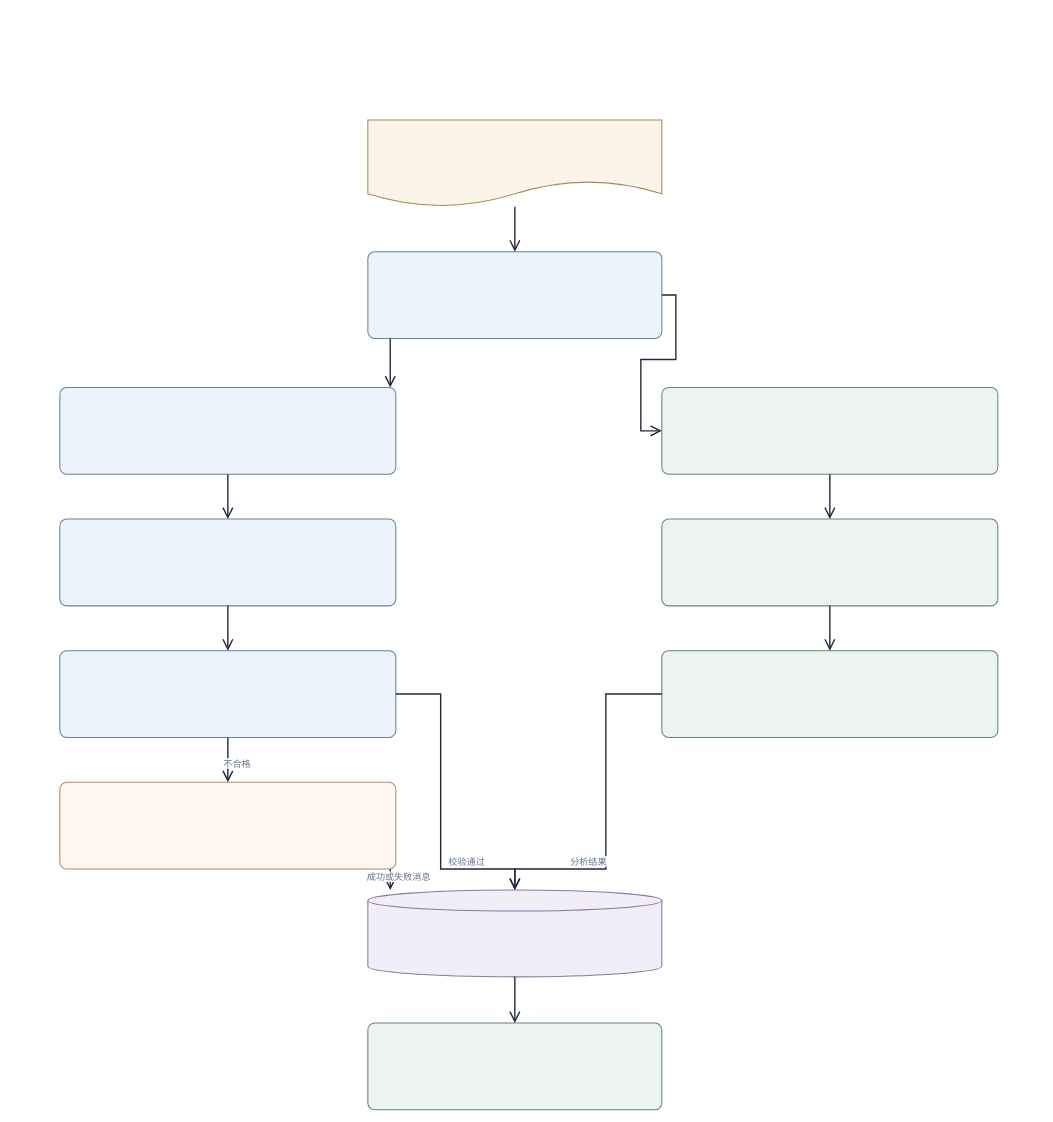
Before: page "01 NLP 在线分析流程" (1 of 3) of ear-review/docs/架构图/NLP核心功能与双模型流程.drawio in Tindra-Wang/ear-review, a draw.io diagram. Source tidied: cells renumbered, new cells numbered last; positions are measured from the earlier drawing's top-left corner, leaving out a move shared by most shapes. Both pictures are drawn from the tidied source at 70%, with x=0, y=0 at pixel (12, 12).
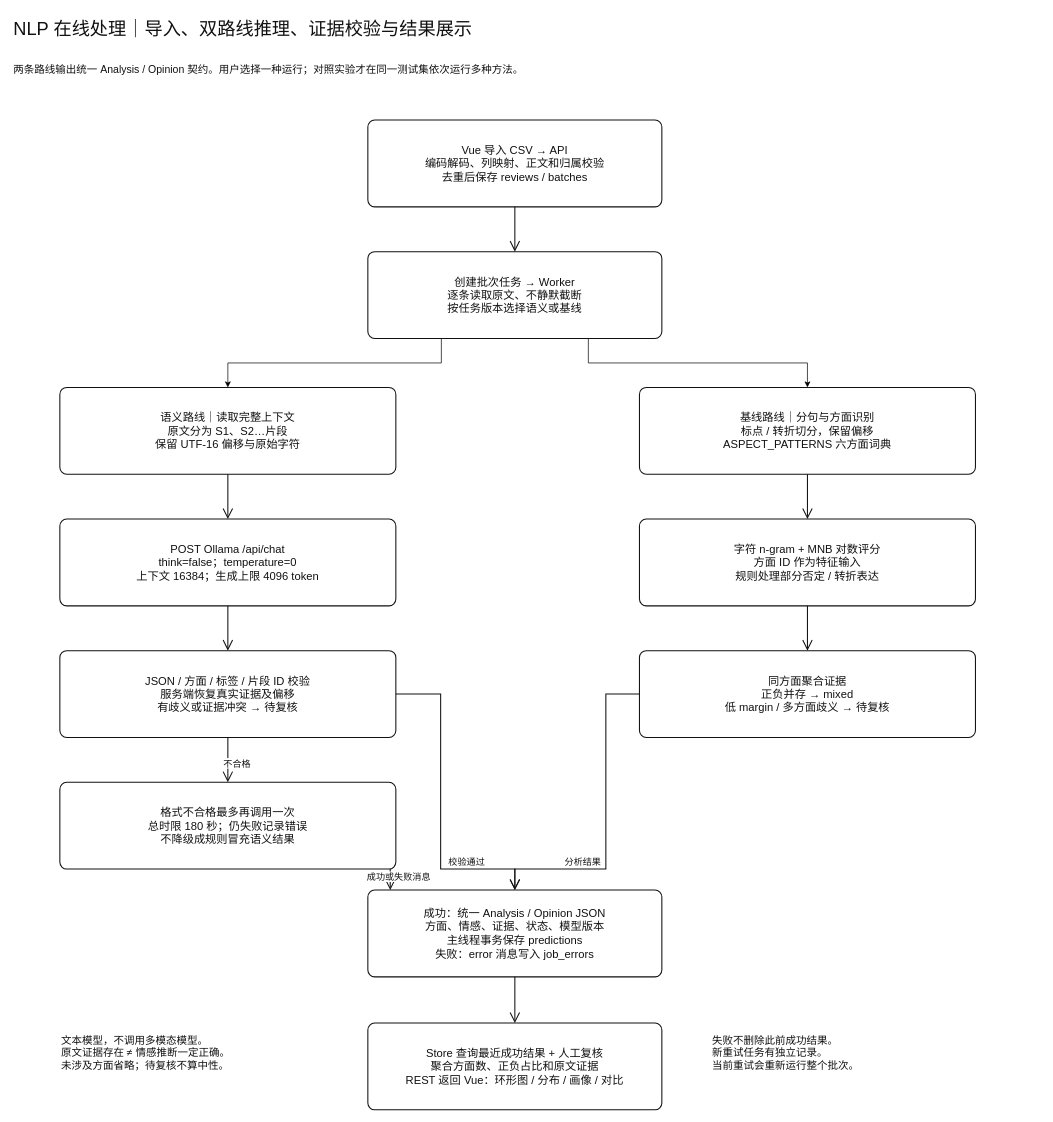
Above is the later version.

What changed in the source:
```diff
@@
-    <mxCell id="2" style="text;html=1;whiteSpace=wrap;labelBackgroundColor=none;fillColor=none;strokeColor=none;strokeWidth=0;fontColor=#1E293B;fontSize=26;fontFamily=Microsoft YaHei;align=left;verticalAlign=middle;" parent="1" vertex="1">
+    <mxCell id="2" value="NLP 在线处理｜导入、双路线推理、证据校验与结果展示" style="text;html=1;whiteSpace=wrap;labelBackgroundColor=none;fillColor=none;strokeColor=none;strokeWidth=0;fontColor=#111111;fontSize=26;fontFamily=Microsoft YaHei;align=left;verticalAlign=middle;" parent="1" vertex="1">
       <mxGeometry width="1470" height="48" as="geometry" />
     </mxCell>
-    <mxCell id="3" style="text;html=1;whiteSpace=wrap;labelBackgroundColor=none;fillColor=none;strokeColor=none;strokeWidth=0;fontColor=#1E293B;fontSize=15;fontFamily=Microsoft YaHei;align=left;verticalAlign=middle;" parent="1" vertex="1">
+    <mxCell id="3" value="两条路线输出统一 Analysis / Opinion 契约。用户选择一种运行；对照实验才在同一测试集依次运行多种方法。" style="text;html=1;whiteSpace=wrap;labelBackgroundColor=none;fillColor=none;strokeColor=none;strokeWidth=0;fontColor=#111111;fontSize=15;fontFamily=Microsoft YaHei;align=left;verticalAlign=middle;" parent="1" vertex="1">
       <mxGeometry y="56" width="1470" height="50" as="geometry" />
     </mxCell>
-    <mxCell id="4" style="shape=document;boundedLbl=1;html=1;whiteSpace=wrap;fillColor=#faf5e8;strokeColor=#a68b55;strokeWidth=1.5;fontColor=#1E293B;fontSize=16;fontFamily=Microsoft YaHei;verticalAlign=middle;align=center;" parent="1" vertex="1">
+    <mxCell id="4" value="Vue 导入 CSV → API&lt;br&gt;编码解码、列映射、正文和归属校验&lt;br&gt;去重后保存 reviews / batches" style="rounded=1;arcSize=8;html=1;whiteSpace=wrap;fillColor=#ffffff;strokeColor=#111111;strokeWidth=1.5;fontColor=#111111;fontSize=16;fontFamily=Microsoft YaHei;verticalAlign=middle;align=center;" parent="1" vertex="1">
       <mxGeometry x="508" y="154" width="420" height="124" as="geometry" />
     </mxCell>
+    <mxCell id="19" style="edgeStyle=orthogonalEdgeStyle;rounded=0;jettySize=auto;html=1;exitX=0.75;exitY=1;exitDx=0;exitDy=0;" parent="1" edge="1" source="5" target="7">
+      <mxGeometry relative="1" as="geometry" />
+    </mxCell>
+    <mxCell id="18" style="edgeStyle=orthogonalEdgeStyle;rounded=0;jettySize=auto;html=1;exitX=0.25;exitY=1;exitDx=0;exitDy=0;entryX=0.5;entryY=0;entryDx=0;entryDy=0;" parent="1" edge="1" source="5" target="6">
+      <mxGeometry relative="1" as="geometry" />
+    </mxCell>
-    <mxCell id="5" style="rounded=1;arcSize=8;html=1;whiteSpace=wrap;fillColor=#edf3fa;strokeColor=#6783a1;strokeWidth=1.5;fontColor=#1E293B;fontSize=16;fontFamily=Microsoft YaHei;verticalAlign=middle;align=center;" parent="1" vertex="1">
+    <mxCell id="5" value="创建批次任务 → Worker&lt;br&gt;逐条读取原文、不静默截断&lt;br&gt;按任务版本选择语义或基线" style="rounded=1;arcSize=8;html=1;whiteSpace=wrap;fillColor=#ffffff;strokeColor=#111111;strokeWidth=1.5;fontColor=#111111;fontSize=16;fontFamily=Microsoft YaHei;verticalAlign=middle;align=center;" parent="1" vertex="1">
       <mxGeometry x="508" y="342" width="420" height="124" as="geometry" />
     </mxCell>
-    <mxCell id="6" style="rounded=1;arcSize=8;html=1;whiteSpace=wrap;fillColor=#edf3fa;strokeColor=#6783a1;strokeWidth=1.5;fontColor=#1E293B;fontSize=16;fontFamily=Microsoft YaHei;verticalAlign=middle;align=center;" parent="1" vertex="1">
+    <mxCell id="6" value="语义路线｜读取完整上下文&lt;br&gt;原文分为 S1、S2…片段&lt;br&gt;保留 UTF-16 偏移与原始字符" style="rounded=1;arcSize=8;html=1;whiteSpace=wrap;fillColor=#ffffff;strokeColor=#111111;strokeWidth=1.5;fontColor=#111111;fontSize=16;fontFamily=Microsoft YaHei;verticalAlign=middle;align=center;" parent="1" vertex="1">
       <mxGeometry x="68" y="536" width="480" height="124" as="geometry" />
     </mxCell>
-    <mxCell id="7" style="rounded=1;arcSize=8;html=1;whiteSpace=wrap;fillColor=#edf4f0;strokeColor=#668572;strokeWidth=1.5;fontColor=#1E293B;fontSize=16;fontFamily=Microsoft YaHei;verticalAlign=middle;align=center;" parent="1" vertex="1">
-      <mxGeometry x="928" y="536" width="480" height="124" as="geometry" />
+    <mxCell id="7" value="基线路线｜分句与方面识别&lt;br&gt;标点 / 转折切分，保留偏移&lt;br&gt;ASPECT_PATTERNS 六方面词典" style="rounded=1;arcSize=8;html=1;whiteSpace=wrap;fillColor=#ffffff;strokeColor=#111111;strokeWidth=1.5;fontColor=#111111;fontSize=16;fontFamily=Microsoft YaHei;verticalAlign=middle;align=center;" parent="1" vertex="1">
+      <mxGeometry x="896" y="536" width="480" height="124" as="geometry" />
     </mxCell>
-    <mxCell id="8" style="rounded=1;arcSize=8;html=1;whiteSpace=wrap;fillColor=#edf3fa;strokeColor=#6783a1;strokeWidth=1.5;fontColor=#1E293B;fontSize=16;fontFamily=Microsoft YaHei;verticalAlign=middle;align=center;" parent="1" vertex="1">
+    <mxCell id="8" value="POST Ollama /api/chat&lt;br&gt;think=false；temperature=0&lt;br&gt;上下文 16384；生成上限 4096 token" style="rounded=1;arcSize=8;html=1;whiteSpace=wrap;fillColor=#ffffff;strokeColor=#111111;strokeWidth=1.5;fontColor=#111111;fontSize=16;fontFamily=Microsoft YaHei;verticalAlign=middle;align=center;" parent="1" vertex="1">
       <mxGeometry x="68" y="724" width="480" height="124" as="geometry" />
     </mxCell>
-    <mxCell id="9" style="rounded=1;arcSize=8;html=1;whiteSpace=wrap;fillColor=#edf4f0;strokeColor=#668572;strokeWidth=1.5;fontColor=#1E293B;fontSize=16;fontFamily=Microsoft YaHei;verticalAlign=middle;align=center;" parent="1" vertex="1">
-      <mxGeometry x="928" y="724" width="480" height="124" as="geometry" />
+    <mxCell id="9" value="字符 n-gram + MNB 对数评分&lt;br&gt;方面 ID 作为特征输入&lt;br&gt;规则处理部分否定 / 转折表达" style="rounded=1;arcSize=8;html=1;whiteSpace=wrap;fillColor=#ffffff;strokeColor=#111111;strokeWidth=1.5;fontColor=#111111;fontSize=16;fontFamily=Microsoft YaHei;verticalAlign=middle;align=center;" parent="1" vertex="1">
+      <mxGeometry x="896" y="724" width="480" height="124" as="geometry" />
     </mxCell>
-    <mxCell id="10" style="rounded=1;arcSize=8;html=1;whiteSpace=wrap;fillColor=#edf3fa;strokeColor=#6783a1;strokeWidth=1.5;fontColor=#1E293B;fontSize=16;fontFamily=Microsoft YaHei;verticalAlign=middle;align=center;" parent="1" vertex="1">
+    <mxCell id="10" value="JSON / 方面 / 标签 / 片段 ID 校验&lt;br&gt;服务端恢复真实证据及偏移&lt;br&gt;有歧义或证据冲突 → 待复核" style="rounded=1;arcSize=8;html=1;whiteSpace=wrap;fillColor=#ffffff;strokeColor=#111111;strokeWidth=1.5;fontColor=#111111;fontSize=16;fontFamily=Microsoft YaHei;verticalAlign=middle;align=center;" parent="1" vertex="1">
       <mxGeometry x="68" y="912" width="480" height="124" as="geometry" />
     </mxCell>
-    <mxCell id="11" style="rounded=1;arcSize=8;html=1;whiteSpace=wrap;fillColor=#edf4f0;strokeColor=#668572;strokeWidth=1.5;fontColor=#1E293B;fontSize=16;fontFamily=Microsoft YaHei;verticalAlign=middle;align=center;" parent="1" vertex="1">
-      <mxGeometry x="928" y="912" width="480" height="124" as="geometry" />
+    <mxCell id="11" value="同方面聚合证据&lt;br&gt;正负并存 → mixed&lt;br&gt;低 margin / 多方面歧义 → 待复核" style="rounded=1;arcSize=8;html=1;whiteSpace=wrap;fillColor=#ffffff;strokeColor=#111111;strokeWidth=1.5;fontColor=#111111;fontSize=16;fontFamily=Microsoft YaHei;verticalAlign=middle;align=center;" parent="1" vertex="1">
+      <mxGeometry x="896" y="912" width="480" height="124" as="geometry" />
     </mxCell>
-    <mxCell id="12" style="rounded=1;arcSize=8;html=1;whiteSpace=wrap;fillColor=#fff7f2;strokeColor=#b48a74;strokeWidth=1.5;fontColor=#1E293B;fontSize=16;fontFamily=Microsoft YaHei;verticalAlign=middle;align=center;" parent="1" vertex="1">
+    <mxCell id="12" value="格式不合格最多再调用一次&lt;br&gt;总时限 180 秒；仍失败记录错误&lt;br&gt;不降级成规则冒充语义结果" style="rounded=1;arcSize=8;html=1;whiteSpace=wrap;fillColor=#ffffff;strokeColor=#111111;strokeWidth=1.5;fontColor=#111111;fontSize=16;fontFamily=Microsoft YaHei;verticalAlign=middle;align=center;" parent="1" vertex="1">
       <mxGeometry x="68" y="1100" width="480" height="124" as="geometry" />
     </mxCell>
-    <mxCell id="13" style="shape=cylinder3;boundedLbl=1;backgroundOutline=1;size=15;html=1;whiteSpace=wrap;fillColor=#f1eef8;strokeColor=#8a78a3;strokeWidth=1.5;fontColor=#1E293B;fontSize=16;fontFamily=Microsoft YaHei;verticalAlign=middle;align=center;" parent="1" vertex="1">
+    <mxCell id="13" value="成功：统一 Analysis / Opinion JSON&lt;br&gt;方面、情感、证据、状态、模型版本&lt;br&gt;主线程事务保存 predictions&lt;br&gt;失败：error 消息写入 job_errors" style="rounded=1;arcSize=8;html=1;whiteSpace=wrap;fillColor=#ffffff;strokeColor=#111111;strokeWidth=1.5;fontColor=#111111;fontSize=16;fontFamily=Microsoft YaHei;verticalAlign=middle;align=center;" parent="1" vertex="1">
       <mxGeometry x="508" y="1254" width="420" height="124" as="geometry" />
     </mxCell>
-    <mxCell id="14" style="rounded=1;arcSize=8;html=1;whiteSpace=wrap;fillColor=#edf4f0;strokeColor=#668572;strokeWidth=1.5;fontColor=#1E293B;fontSize=16;fontFamily=Microsoft YaHei;verticalAlign=middle;align=center;" parent="1" vertex="1">
+    <mxCell id="14" value="Store 查询最近成功结果 + 人工复核&lt;br&gt;聚合方面数、正负占比和原文证据&lt;br&gt;REST 返回 Vue：环形图 / 分布 / 画像 / 对比" style="rounded=1;arcSize=8;html=1;whiteSpace=wrap;fillColor=#ffffff;strokeColor=#111111;strokeWidth=1.5;fontColor=#111111;fontSize=16;fontFamily=Microsoft YaHei;verticalAlign=middle;align=center;" parent="1" vertex="1">
       <mxGeometry x="508" y="1444" width="420" height="124" as="geometry" />
     </mxCell>
-    <mxCell id="15" style="text;html=1;whiteSpace=wrap;labelBackgroundColor=none;fillColor=none;strokeColor=none;strokeWidth=0;fontColor=#1E293B;fontSize=15;fontFamily=Microsoft YaHei;align=left;verticalAlign=middle;" parent="1" vertex="1">
+    <mxCell id="15" value="文本模型，不调用多模态模型。&lt;br&gt;原文证据存在 ≠ 情感推断一定正确。&lt;br&gt;未涉及方面省略；待复核不算中性。" style="text;html=1;whiteSpace=wrap;labelBackgroundColor=none;fillColor=none;strokeColor=none;strokeWidth=0;fontColor=#111111;fontSize=15;fontFamily=Microsoft YaHei;align=left;verticalAlign=middle;" parent="1" vertex="1">
       <mxGeometry x="68" y="1424" width="380" height="124" as="geometry" />
     </mxCell>
-    <mxCell id="16" style="text;html=1;whiteSpace=wrap;labelBackgroundColor=none;fillColor=none;strokeColor=none;strokeWidth=0;fontColor=#1E293B;fontSize=15;fontFamily=Microsoft YaHei;align=left;verticalAlign=middle;" parent="1" vertex="1">
+    <mxCell id="16" value="失败不删除此前成功结果。&lt;br&gt;新重试任务有独立记录。&lt;br&gt;当前重试会重新运行整个批次。" style="text;html=1;whiteSpace=wrap;labelBackgroundColor=none;fillColor=none;strokeColor=none;strokeWidth=0;fontColor=#111111;fontSize=15;fontFamily=Microsoft YaHei;align=left;verticalAlign=middle;" parent="1" vertex="1">
       <mxGeometry x="998" y="1424" width="410" height="124" as="geometry" />
     </mxCell>
-    <mxCell id="17" style="edgeStyle=orthogonalEdgeStyle;rounded=0;jettySize=auto;html=1;strokeColor=#1E293B;strokeWidth=2;endArrow=open;endFill=0;endSize=12;exitX=0.5;exitY=1;exitDx=0;exitDy=0;entryX=0.5;entryY=0;entryDx=0;entryDy=0;jumpStyle=arc;jumpSize=8;" parent="1" edge="1" source="4" target="5">
+    <mxCell id="17" style="edgeStyle=orthogonalEdgeStyle;rounded=0;jettySize=auto;html=1;strokeColor=#111111;strokeWidth=1.5;endArrow=open;endFill=0;endSize=12;exitX=0.5;exitY=1;exitDx=0;exitDy=0;entryX=0.5;entryY=0;entryDx=0;entryDy=0;jumpStyle=arc;jumpSize=8;" parent="1" edge="1" source="4" target="5">
       <mxGeometry relative="1" as="geometry" />
     </mxCell>
-    <mxCell id="18" style="edgeStyle=orthogonalEdgeStyle;rounded=0;jettySize=auto;html=1;strokeColor=#1E293B;strokeWidth=2;endArrow=open;endFill=0;endSize=12;exitX=0.0762;exitY=1;exitDx=0;exitDy=0;entryX=0.9833;entryY=0;entryDx=0;entryDy=0;jumpStyle=arc;jumpSize=8;" parent="1" edge="1" source="5" target="6">
-      <mxGeometry relative="1" as="geometry" />
-    </mxCell>
-    <mxCell id="19" style="edgeStyle=orthogonalEdgeStyle;rounded=0;jettySize=auto;html=1;strokeColor=#1E293B;strokeWidth=2;endArrow=open;endFill=0;endSize=12;exitX=1;exitY=0.5;exitDx=0;exitDy=0;entryX=0;entryY=0.5;entryDx=0;entryDy=0;jumpStyle=arc;jumpSize=8;" parent="1" edge="1" source="5" target="7">
-      <mxGeometry relative="1" as="geometry" />
-    </mxCell>
-    <mxCell id="20" style="edgeStyle=orthogonalEdgeStyle;rounded=0;jettySize=auto;html=1;strokeColor=#1E293B;strokeWidth=2;endArrow=open;endFill=0;endSize=12;exitX=0.5;exitY=1;exitDx=0;exitDy=0;entryX=0.5;entryY=0;entryDx=0;entryDy=0;jumpStyle=arc;jumpSize=8;" parent="1" edge="1" source="6" target="8">
+    <mxCell id="20" style="edgeStyle=orthogonalEdgeStyle;rounded=0;jettySize=auto;html=1;strokeColor=#111111;strokeWidth=1.5;endArrow=open;endFill=0;endSize=12;exitX=0.5;exitY=1;exitDx=0;exitDy=0;entryX=0.5;entryY=0;entryDx=0;entryDy=0;jumpStyle=arc;jumpSize=8;" parent="1" edge="1" source="6" target="8">
       <mxGeometry relative="1" as="geometry" />
     </mxCell>
-    <mxCell id="21" style="edgeStyle=orthogonalEdgeStyle;rounded=0;jettySize=auto;html=1;strokeColor=#1E293B;strokeWidth=2;endArrow=open;endFill=0;endSize=12;exitX=0.5;exitY=1;exitDx=0;exitDy=0;entryX=0.5;entryY=0;entryDx=0;entryDy=0;jumpStyle=arc;jumpSize=8;" parent="1" edge="1" source="7" target="9">
+    <mxCell id="21" style="edgeStyle=orthogonalEdgeStyle;rounded=0;jettySize=auto;html=1;strokeColor=#111111;strokeWidth=1.5;endArrow=open;endFill=0;endSize=12;exitX=0.5;exitY=1;exitDx=0;exitDy=0;entryX=0.5;entryY=0;entryDx=0;entryDy=0;jumpStyle=arc;jumpSize=8;" parent="1" edge="1" source="7" target="9">
       <mxGeometry relative="1" as="geometry" />
     </mxCell>
-    <mxCell id="22" style="edgeStyle=orthogonalEdgeStyle;rounded=0;jettySize=auto;html=1;strokeColor=#1E293B;strokeWidth=2;endArrow=open;endFill=0;endSize=12;exitX=0.5;exitY=1;exitDx=0;exitDy=0;entryX=0.5;entryY=0;entryDx=0;entryDy=0;jumpStyle=arc;jumpSize=8;" parent="1" edge="1" source="8" target="10">
+    <mxCell id="22" style="edgeStyle=orthogonalEdgeStyle;rounded=0;jettySize=auto;html=1;strokeColor=#111111;strokeWidth=1.5;endArrow=open;endFill=0;endSize=12;exitX=0.5;exitY=1;exitDx=0;exitDy=0;entryX=0.5;entryY=0;entryDx=0;entryDy=0;jumpStyle=arc;jumpSize=8;" parent="1" edge="1" source="8" target="10">
       <mxGeometry relative="1" as="geometry" />
     </mxCell>
-    <mxCell id="23" style="edgeStyle=orthogonalEdgeStyle;rounded=0;jettySize=auto;html=1;strokeColor=#1E293B;strokeWidth=2;endArrow=open;endFill=0;endSize=12;exitX=0.5;exitY=1;exitDx=0;exitDy=0;entryX=0.5;entryY=0;entryDx=0;entryDy=0;jumpStyle=arc;jumpSize=8;" parent="1" edge="1" source="9" target="11">
+    <mxCell id="23" style="edgeStyle=orthogonalEdgeStyle;rounded=0;jettySize=auto;html=1;strokeColor=#111111;strokeWidth=1.5;endArrow=open;endFill=0;endSize=12;exitX=0.5;exitY=1;exitDx=0;exitDy=0;entryX=0.5;entryY=0;entryDx=0;entryDy=0;jumpStyle=arc;jumpSize=8;" parent="1" edge="1" source="9" target="11">
       <mxGeometry relative="1" as="geometry" />
     </mxCell>
-    <mxCell id="24" style="edgeStyle=orthogonalEdgeStyle;rounded=0;jettySize=auto;html=1;strokeColor=#1E293B;strokeWidth=2;endArrow=open;endFill=0;endSize=12;exitX=0.5;exitY=1;exitDx=0;exitDy=0;entryX=0.5;entryY=0;entryDx=0;entryDy=0;jumpStyle=arc;jumpSize=8;" parent="1" edge="1" source="10" target="12">
+    <mxCell id="24" style="edgeStyle=orthogonalEdgeStyle;rounded=0;jettySize=auto;html=1;strokeColor=#111111;strokeWidth=1.5;endArrow=open;endFill=0;endSize=12;exitX=0.5;exitY=1;exitDx=0;exitDy=0;entryX=0.5;entryY=0;entryDx=0;entryDy=0;jumpStyle=arc;jumpSize=8;" parent="1" edge="1" source="10" target="12">
       <mxGeometry relative="1" as="geometry" />
     </mxCell>
+    <mxCell id="29" value="不合格" style="edgeLabel;html=1;align=center;verticalAlign=middle;fontSize=13;fontColor=#111111;fontFamily=Microsoft YaHei;" parent="24" vertex="1">
+      <mxGeometry x="0.5" relative="1" as="geometry">
+        <mxPoint x="12" y="-12" as="offset" />
+      </mxGeometry>
+    </mxCell>
-    <mxCell id="25" style="edgeStyle=orthogonalEdgeStyle;rounded=0;jettySize=auto;html=1;strokeColor=#1E293B;strokeWidth=2;endArrow=open;endFill=0;endSize=12;jumpStyle=arc;jumpSize=8;" parent="1" edge="1" source="10" target="13">
+    <mxCell id="25" style="edgeStyle=orthogonalEdgeStyle;rounded=0;jettySize=auto;html=1;strokeColor=#111111;strokeWidth=1.5;endArrow=open;endFill=0;endSize=12;jumpStyle=arc;jumpSize=8;" parent="1" edge="1" source="10" target="13">
       <mxGeometry relative="1" as="geometry">
         <Array as="points">
           <mxPoint x="612" y="974" />
           <mxPoint x="612" y="1224" />
           <mxPoint x="718" y="1224" />
         </Array>
       </mxGeometry>
     </mxCell>
+    <mxCell id="30" value="校验通过" style="edgeLabel;html=1;align=center;verticalAlign=middle;fontSize=13;fontColor=#111111;fontFamily=Microsoft YaHei;" parent="25" vertex="1">
+      <mxGeometry x="0.5" relative="1" as="geometry">
+        <mxPoint x="12" y="-12" as="offset" />
+      </mxGeometry>
+    </mxCell>
-    <mxCell id="26" style="edgeStyle=orthogonalEdgeStyle;rounded=0;jettySize=auto;html=1;strokeColor=#1E293B;strokeWidth=2;endArrow=open;endFill=0;endSize=12;exitX=0.9833;exitY=1;exitDx=0;exitDy=0;entryX=0.0762;entryY=0;entryDx=0;entryDy=0;jumpStyle=arc;jumpSize=8;" parent="1" edge="1" source="12" target="13">
+    <mxCell id="26" style="edgeStyle=orthogonalEdgeStyle;rounded=0;jettySize=auto;html=1;strokeColor=#111111;strokeWidth=1.5;endArrow=open;endFill=0;endSize=12;exitX=0.9833;exitY=1;exitDx=0;exitDy=0;entryX=0.0762;entryY=0;entryDx=0;entryDy=0;jumpStyle=arc;jumpSize=8;" parent="1" edge="1" source="12" target="13">
       <mxGeometry relative="1" as="geometry" />
     </mxCell>
+    <mxCell id="31" value="成功或失败消息" style="edgeLabel;html=1;align=center;verticalAlign=middle;fontSize=13;fontColor=#111111;fontFamily=Microsoft YaHei;" parent="26" vertex="1">
+      <mxGeometry x="0.5" relative="1" as="geometry">
+        <mxPoint x="12" y="-12" as="offset" />
+      </mxGeometry>
+    </mxCell>
-    <mxCell id="27" style="edgeStyle=orthogonalEdgeStyle;rounded=0;jettySize=auto;html=1;strokeColor=#1E293B;strokeWidth=2;endArrow=open;endFill=0;endSize=12;jumpStyle=arc;jumpSize=8;" parent="1" edge="1" source="11" target="13">
+    <mxCell id="27" style="edgeStyle=orthogonalEdgeStyle;rounded=0;jettySize=auto;html=1;strokeColor=#111111;strokeWidth=1.5;endArrow=open;endFill=0;endSize=12;jumpStyle=arc;jumpSize=8;" parent="1" edge="1" source="11" target="13">
       <mxGeometry relative="1" as="geometry">
         <Array as="points">
           <mxPoint x="848" y="974" />
           <mxPoint x="848" y="1224" />
           <mxPoint x="718" y="1224" />
         </Array>
       </mxGeometry>
     </mxCell>
+    <mxCell id="32" value="分析结果" style="edgeLabel;html=1;align=center;verticalAlign=middle;fontSize=13;fontColor=#111111;fontFamily=Microsoft YaHei;" parent="27" vertex="1">
+      <mxGeometry x="0.5" relative="1" as="geometry">
+        <mxPoint x="12" y="-12" as="offset" />
+      </mxGeometry>
+    </mxCell>
-    <mxCell id="28" style="edgeStyle=orthogonalEdgeStyle;rounded=0;jettySize=auto;html=1;strokeColor=#1E293B;strokeWidth=2;endArrow=open;endFill=0;endSize=12;exitX=0.5;exitY=1;exitDx=0;exitDy=0;entryX=0.5;entryY=0;entryDx=0;entryDy=0;jumpStyle=arc;jumpSize=8;" parent="1" edge="1" source="13" target="14">
+    <mxCell id="28" style="edgeStyle=orthogonalEdgeStyle;rounded=0;jettySize=auto;html=1;strokeColor=#111111;strokeWidth=1.5;endArrow=open;endFill=0;endSize=12;exitX=0.5;exitY=1;exitDx=0;exitDy=0;entryX=0.5;entryY=0;entryDx=0;entryDy=0;jumpStyle=arc;jumpSize=8;" parent="1" edge="1" source="13" target="14">
       <mxGeometry relative="1" as="geometry" />
     </mxCell>
-    <mxCell id="29" value="不合格" style="edgeLabel;html=1;align=center;verticalAlign=middle;fontSize=13;fontColor=#64748B;fontFamily=Microsoft YaHei;" parent="24" vertex="1">
-      <mxGeometry x="0.5" relative="1" as="geometry">
-        <mxPoint x="12" y="-12" as="offset" />
-      </mxGeometry>
-    </mxCell>
-    <mxCell id="30" value="校验通过" style="edgeLabel;html=1;align=center;verticalAlign=middle;fontSize=13;fontColor=#64748B;fontFamily=Microsoft YaHei;" parent="25" vertex="1">
-      <mxGeometry x="0.5" relative="1" as="geometry">
-        <mxPoint x="12" y="-12" as="offset" />
-      </mxGeometry>
-    </mxCell>
-    <mxCell id="31" value="成功或失败消息" style="edgeLabel;html=1;align=center;verticalAlign=middle;fontSize=13;fontColor=#64748B;fontFamily=Microsoft YaHei;" parent="26" vertex="1">
-      <mxGeometry x="0.5" relative="1" as="geometry">
-        <mxPoint x="12" y="-12" as="offset" />
-      </mxGeometry>
-    </mxCell>
-    <mxCell id="32" value="分析结果" style="edgeLabel;html=1;align=center;verticalAlign=middle;fontSize=13;fontColor=#64748B;fontFamily=Microsoft YaHei;" parent="27" vertex="1">
-      <mxGeometry x="0.5" relative="1" as="geometry">
-        <mxPoint x="12" y="-12" as="offset" />
-      </mxGeometry>
-    </mxCell>
```
